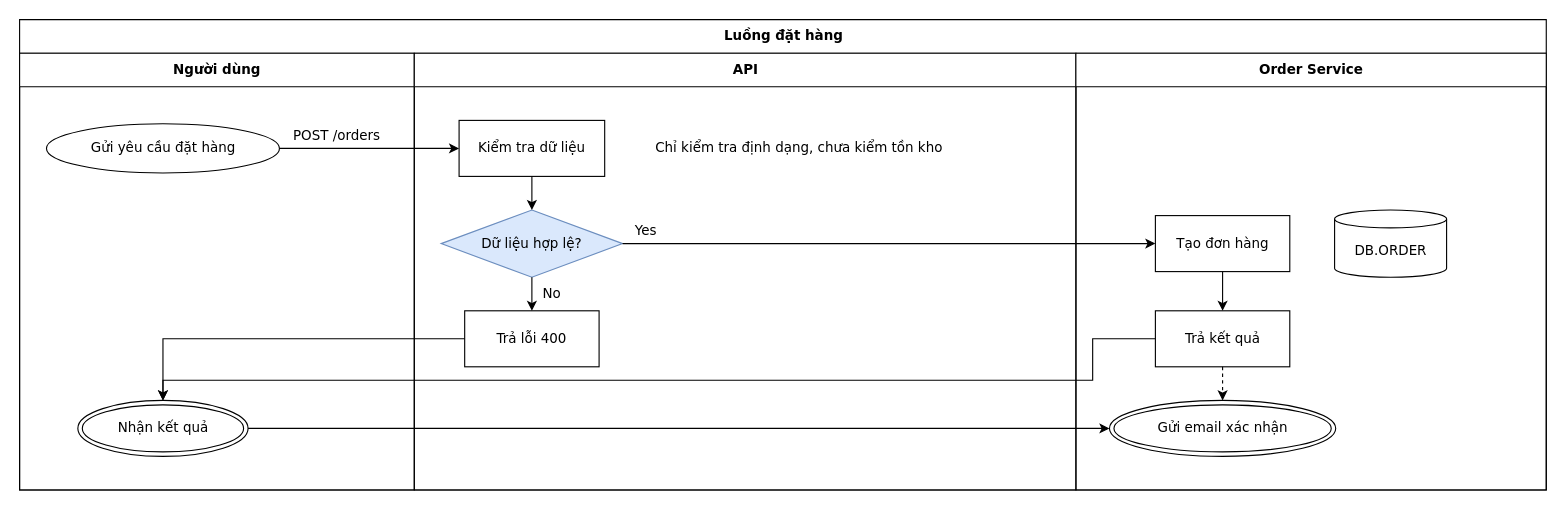
Above: conformance/merge/freehand-edge-detached/flow.drawio in luytbq/flowcast (draw.io), before the change. Source tidied: cells renumbered, new cells numbered last; positions are measured from the earlier drawing's top-left corner, leaving out a move shared by most shapes. Both pictures are drawn from the tidied source at 112%, with x=0, y=0 at pixel (19, 19).
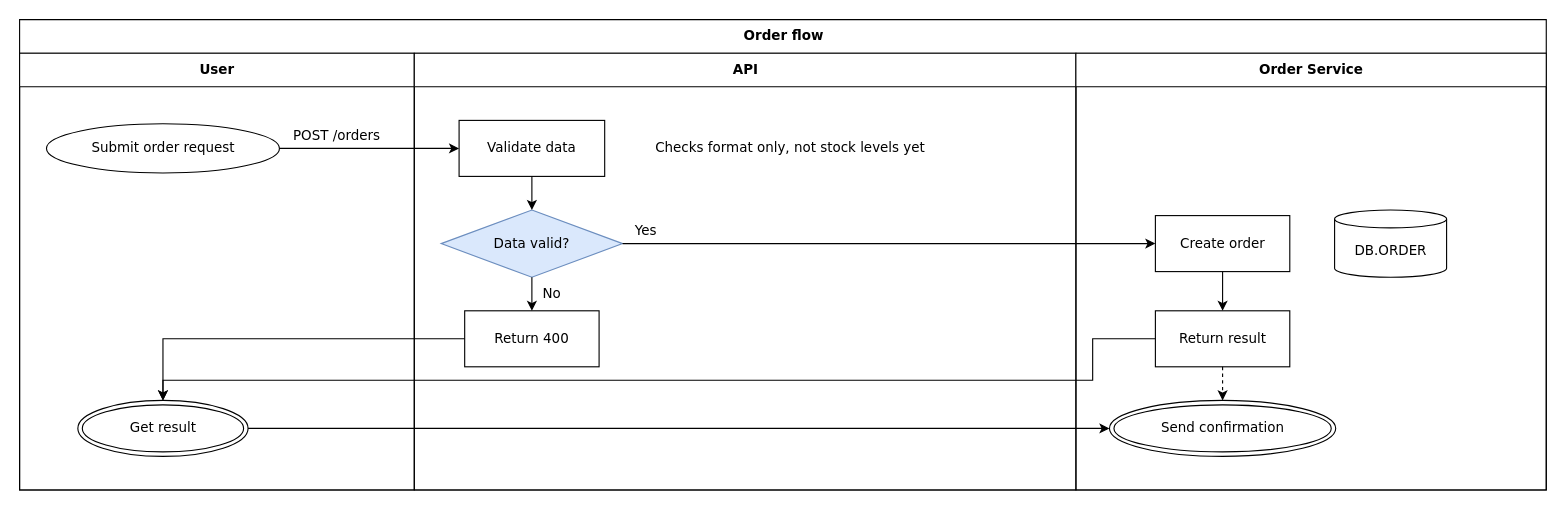
The same page after the edit.

Unchanged cells that the change refers to:
```xml
<mxCell id="4" value="API" style="swimlane;html=1;startSize=30;fontFamily=Verdana;fontSize=12;flowtable=1;" parent="2" vertex="1">
  <mxGeometry x="352.4" y="30" width="590.8" height="390" as="geometry" />
</mxCell>
<mxCell id="5" value="Order Service" style="swimlane;html=1;startSize=30;fontFamily=Verdana;fontSize=12;flowtable=1;" parent="2" vertex="1">
  <mxGeometry x="943.1" y="30" width="420" height="390" as="geometry" />
</mxCell>
```

The edit, as a diff of the source:
```diff
@@
-    <mxCell id="2" value="Luồng đặt hàng" style="swimlane;html=1;startSize=30;fontStyle=1;fontFamily=Verdana;fontSize=12;flowtable=1;" parent="1" vertex="1">
+    <mxCell id="2" value="Order flow" style="swimlane;html=1;startSize=30;fontStyle=1;fontFamily=Verdana;fontSize=12;flowtable=1;" parent="1" vertex="1">
       <mxGeometry width="1363.1" height="420" as="geometry" />
     </mxCell>
-    <mxCell id="3" value="Người dùng" style="swimlane;html=1;startSize=30;fontFamily=Verdana;fontSize=12;flowtable=1;" parent="2" vertex="1">
+    <mxCell id="3" value="User" style="swimlane;html=1;startSize=30;fontFamily=Verdana;fontSize=12;flowtable=1;" parent="2" vertex="1">
       <mxGeometry y="30" width="352.4" height="390" as="geometry" />
     </mxCell>
@@
-    <mxCell id="6" value="Gửi yêu cầu đặt hàng" style="ellipse;html=1;fontFamily=Verdana;fontSize=12;flowtable=1;" parent="3" vertex="1">
+    <mxCell id="6" value="Submit order request" style="ellipse;html=1;fontFamily=Verdana;fontSize=12;flowtable=1;" parent="3" vertex="1">
       <mxGeometry x="24" y="63" width="208" height="44" as="geometry" />
     </mxCell>
-    <mxCell id="7" value="Kiểm tra dữ liệu" style="rounded=0;html=1;fontFamily=Verdana;fontSize=12;flowtable=1;" parent="4" vertex="1">
+    <mxCell id="7" value="Validate data" style="rounded=0;html=1;fontFamily=Verdana;fontSize=12;flowtable=1;" parent="4" vertex="1">
       <mxGeometry x="40" y="60" width="130" height="50" as="geometry" />
     </mxCell>
-    <mxCell id="8" value="Chỉ kiểm tra định dạng, chưa kiểm tồn kho" style="text;html=1;align=left;verticalAlign=middle;spacingLeft=4;fontFamily=Verdana;fontSize=12;flowtable=1;" parent="4" vertex="1">
+    <mxCell id="8" value="Checks format only, not stock levels yet" style="text;html=1;align=left;verticalAlign=middle;spacingLeft=4;fontFamily=Verdana;fontSize=12;flowtable=1;" parent="4" vertex="1">
       <mxGeometry x="210" y="71" width="280" height="28" as="geometry" />
     </mxCell>
-    <mxCell id="9" value="Dữ liệu hợp lệ?" style="rhombus;html=1;fillColor=#dae8fc;strokeColor=#6c8ebf;fontFamily=Verdana;fontSize=12;flowtable=1;" parent="4" vertex="1">
+    <mxCell id="9" value="Data valid?" style="rhombus;html=1;fillColor=#dae8fc;strokeColor=#6c8ebf;fontFamily=Verdana;fontSize=12;flowtable=1;" parent="4" vertex="1">
       <mxGeometry x="24" y="140" width="162" height="60" as="geometry" />
     </mxCell>
-    <mxCell id="10" value="Trả lỗi 400" style="rounded=0;html=1;fontFamily=Verdana;fontSize=12;flowtable=1;" parent="4" vertex="1">
+    <mxCell id="10" value="Return 400" style="rounded=0;html=1;fontFamily=Verdana;fontSize=12;flowtable=1;" parent="4" vertex="1">
       <mxGeometry x="45" y="230" width="120" height="50" as="geometry" />
     </mxCell>
-    <mxCell id="11" value="Tạo đơn hàng" style="rounded=0;html=1;fontFamily=Verdana;fontSize=12;flowtable=1;" parent="5" vertex="1">
+    <mxCell id="11" value="Create order" style="rounded=0;html=1;fontFamily=Verdana;fontSize=12;flowtable=1;" parent="5" vertex="1">
       <mxGeometry x="71" y="145" width="120" height="50" as="geometry" />
     </mxCell>
@@
-    <mxCell id="13" value="Trả kết quả" style="rounded=0;html=1;fontFamily=Verdana;fontSize=12;flowtable=1;" parent="5" vertex="1">
+    <mxCell id="13" value="Return result" style="rounded=0;html=1;fontFamily=Verdana;fontSize=12;flowtable=1;" parent="5" vertex="1">
       <mxGeometry x="71" y="230" width="120" height="50" as="geometry" />
     </mxCell>
-    <mxCell id="14" value="Nhận kết quả" style="shape=doubleEllipse;html=1;fontFamily=Verdana;fontSize=12;flowtable=1;" parent="3" vertex="1">
+    <mxCell id="14" value="Get result" style="shape=doubleEllipse;html=1;fontFamily=Verdana;fontSize=12;flowtable=1;" parent="3" vertex="1">
       <mxGeometry x="52" y="310" width="152" height="50" as="geometry" />
     </mxCell>
-    <mxCell id="15" value="Gửi email xác nhận" style="shape=doubleEllipse;html=1;fontFamily=Verdana;fontSize=12;flowtable=1;" parent="5" vertex="1">
+    <mxCell id="15" value="Send confirmation" style="shape=doubleEllipse;html=1;fontFamily=Verdana;fontSize=12;flowtable=1;" parent="5" vertex="1">
       <mxGeometry x="30" y="310" width="202" height="50" as="geometry" />
     </mxCell>
```
